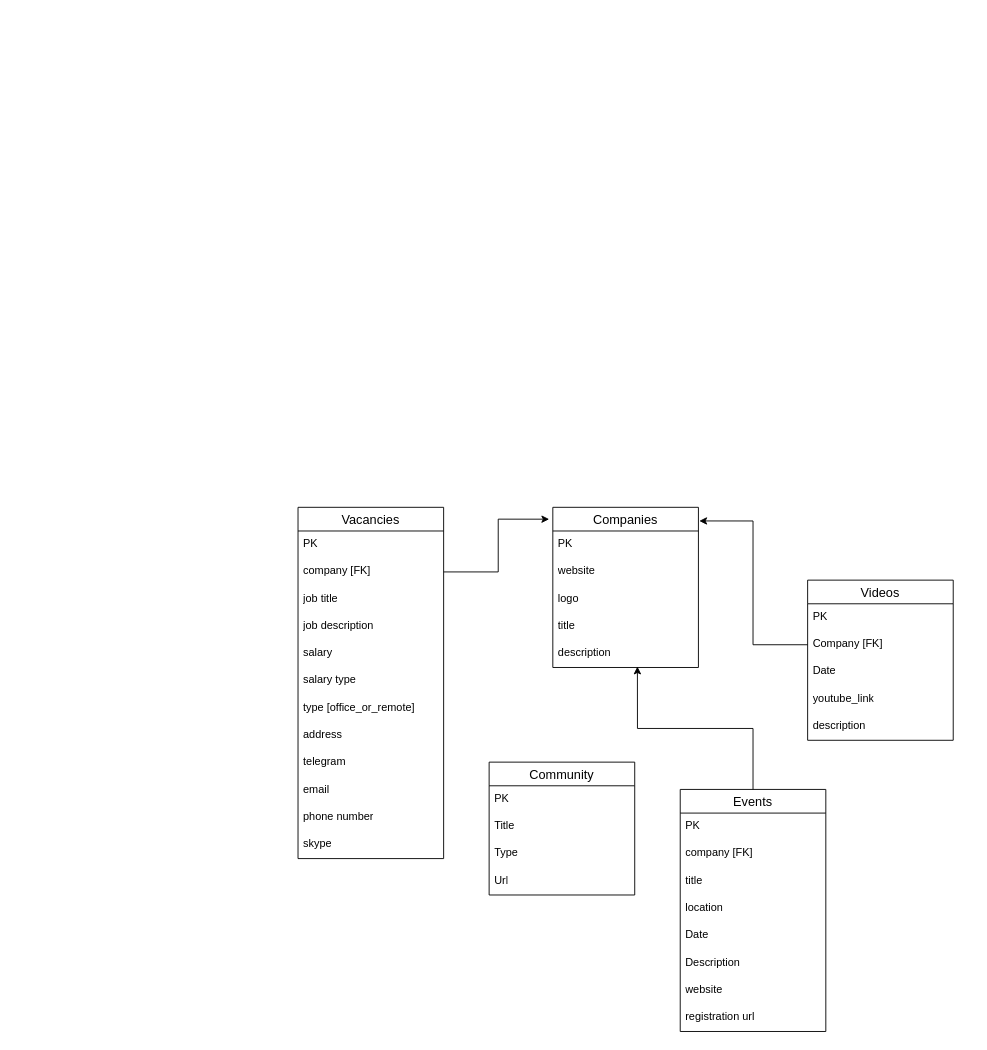
Before: devkg.drawio in MeyiGi/database_schemas, a draw.io diagram. Source tidied: cells renumbered, new cells numbered last; positions are measured from the earlier drawing's top-left corner, leaving out a move shared by most shapes. Both pictures are drawn from the tidied source at 91%, with x=0, y=0 at pixel (298, 507).
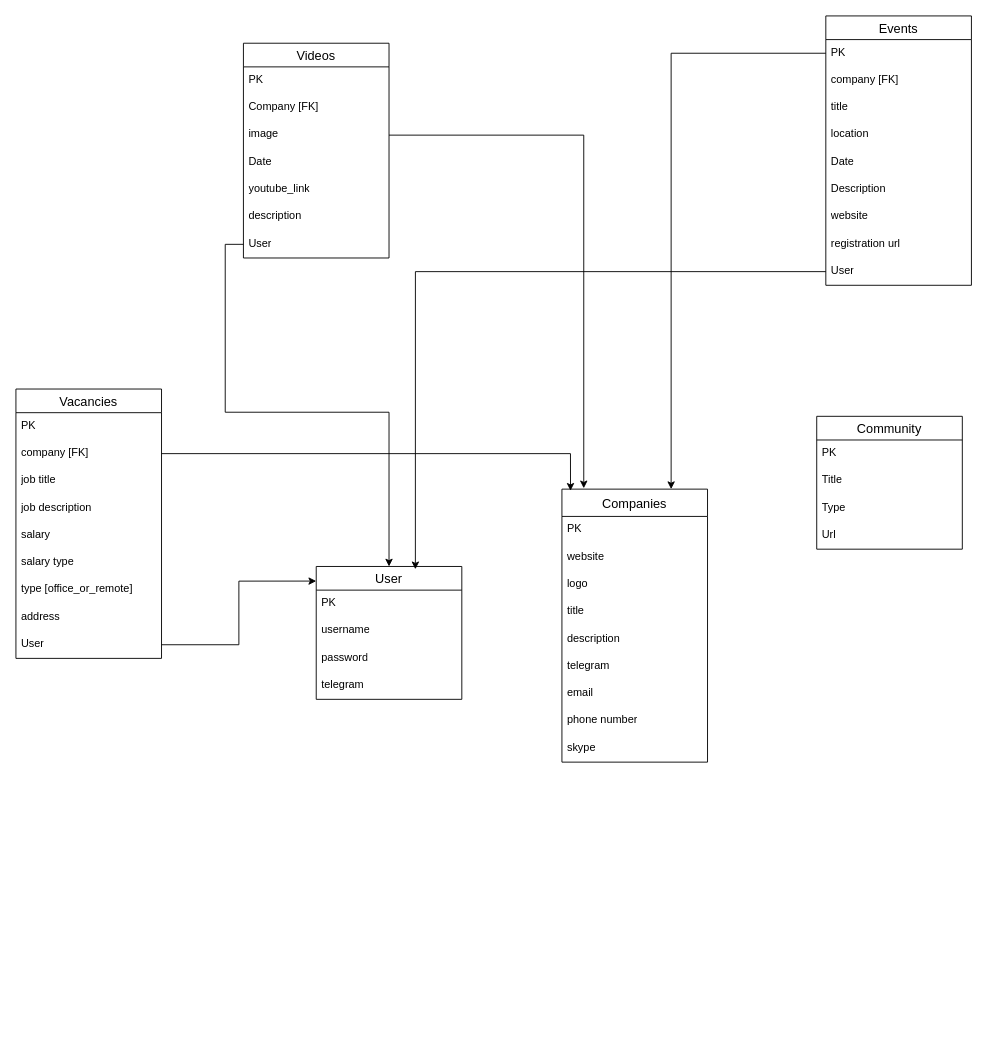
Above is the later version.

The change refers to these unchanged cells:
```xml
<mxCell id="4" value="company [FK]" style="text;strokeColor=none;fillColor=none;spacingLeft=4;spacingRight=4;overflow=hidden;points=[[0,0.5],[1,0.5]];portConstraint=eastwest;fontSize=12;whiteSpace=wrap;html=1;" parent="2" vertex="1">
  <mxGeometry y="56" width="160" height="30" as="geometry" />
</mxCell>
<mxCell id="30" value="PK" style="text;strokeColor=none;fillColor=none;spacingLeft=4;spacingRight=4;overflow=hidden;points=[[0,0.5],[1,0.5]];portConstraint=eastwest;fontSize=12;whiteSpace=wrap;html=1;" parent="29" vertex="1">
  <mxGeometry y="26" width="160" height="30" as="geometry" />
</mxCell>
```

What changed in the source:
```diff
@@
     <mxCell id="2" value="Vacancies" style="swimlane;fontStyle=0;horizontal=1;startSize=26;align=center;fontSize=14;" parent="1" vertex="1">
-      <mxGeometry width="160" height="386" as="geometry" />
+      <mxGeometry x="-310" y="-130" width="160" height="296" as="geometry" />
     </mxCell>
@@
-    <mxCell id="11" value="telegram" style="text;strokeColor=none;fillColor=none;spacingLeft=4;spacingRight=4;overflow=hidden;fontSize=12;whiteSpace=wrap;html=1;" parent="2" vertex="1">
-      <mxGeometry y="266" width="160" height="30" as="geometry" />
-    </mxCell>
-    <mxCell id="12" value="email" style="text;strokeColor=none;fillColor=none;spacingLeft=4;spacingRight=4;overflow=hidden;fontSize=12;whiteSpace=wrap;html=1;" parent="2" vertex="1">
-      <mxGeometry y="296" width="160" height="30" as="geometry" />
-    </mxCell>
-    <mxCell id="13" value="phone number" style="text;strokeColor=none;fillColor=none;spacingLeft=4;spacingRight=4;overflow=hidden;fontSize=12;whiteSpace=wrap;html=1;" parent="2" vertex="1">
-      <mxGeometry y="326" width="160" height="30" as="geometry" />
-    </mxCell>
-    <mxCell id="14" value="skype" style="text;strokeColor=none;fillColor=none;spacingLeft=4;spacingRight=4;overflow=hidden;fontSize=12;whiteSpace=wrap;html=1;" parent="2" vertex="1">
-      <mxGeometry y="356" width="160" height="30" as="geometry" />
-    </mxCell>
+    <mxCell id="44" value="User" style="text;strokeColor=none;fillColor=none;spacingLeft=4;spacingRight=4;overflow=hidden;points=[[0,0.5],[1,0.5]];portConstraint=eastwest;fontSize=12;whiteSpace=wrap;html=1;" parent="2" vertex="1">
+      <mxGeometry y="266" width="160" height="30" as="geometry" />
+    </mxCell>
-    <mxCell id="15" value="Companies" style="swimlane;fontStyle=0;horizontal=1;startSize=26;align=center;fontSize=14;" parent="1" vertex="1">
-      <mxGeometry x="280" width="160" height="176" as="geometry" />
+    <mxCell id="15" value="Companies" style="swimlane;fontStyle=0;horizontal=1;startSize=30;align=center;fontSize=14;" parent="1" vertex="1">
+      <mxGeometry x="290" y="-20" width="160" height="300" as="geometry" />
     </mxCell>
     <mxCell id="16" value="PK" style="text;strokeColor=none;fillColor=none;spacingLeft=4;spacingRight=4;overflow=hidden;fontSize=12;whiteSpace=wrap;html=1;" parent="15" vertex="1">
-      <mxGeometry y="26" width="160" height="30" as="geometry" />
+      <mxGeometry y="30" width="160" height="30" as="geometry" />
     </mxCell>
     <mxCell id="17" value="website" style="text;strokeColor=none;fillColor=none;spacingLeft=4;spacingRight=4;overflow=hidden;fontSize=12;whiteSpace=wrap;html=1;" parent="15" vertex="1">
-      <mxGeometry y="56" width="160" height="30" as="geometry" />
+      <mxGeometry y="60" width="160" height="30" as="geometry" />
     </mxCell>
     <mxCell id="18" value="logo" style="text;strokeColor=none;fillColor=none;spacingLeft=4;spacingRight=4;overflow=hidden;fontSize=12;whiteSpace=wrap;html=1;" parent="15" vertex="1">
-      <mxGeometry y="86" width="160" height="30" as="geometry" />
+      <mxGeometry y="90" width="160" height="30" as="geometry" />
     </mxCell>
     <mxCell id="19" value="title" style="text;strokeColor=none;fillColor=none;spacingLeft=4;spacingRight=4;overflow=hidden;fontSize=12;whiteSpace=wrap;html=1;" parent="15" vertex="1">
-      <mxGeometry y="116" width="160" height="30" as="geometry" />
+      <mxGeometry y="120" width="160" height="30" as="geometry" />
     </mxCell>
     <mxCell id="20" value="description" style="text;strokeColor=none;fillColor=none;spacingLeft=4;spacingRight=4;overflow=hidden;points=[[0,0.5],[1,0.5]];portConstraint=eastwest;fontSize=12;whiteSpace=wrap;html=1;" parent="15" vertex="1">
-      <mxGeometry y="146" width="160" height="30" as="geometry" />
+      <mxGeometry y="150" width="160" height="30" as="geometry" />
     </mxCell>
-    <mxCell id="21" style="edgeStyle=orthogonalEdgeStyle;rounded=0;jettySize=auto;html=1;exitX=1;exitY=0.5;exitDx=0;exitDy=0;entryX=-0.025;entryY=0.074;entryDx=0;entryDy=0;entryPerimeter=0;" parent="1" edge="1" source="4" target="15">
-      <mxGeometry relative="1" as="geometry" />
-    </mxCell>
+    <mxCell id="11" value="telegram" style="text;strokeColor=none;fillColor=none;spacingLeft=4;spacingRight=4;overflow=hidden;fontSize=12;whiteSpace=wrap;html=1;" parent="15" vertex="1">
+      <mxGeometry y="180" width="160" height="30" as="geometry" />
+    </mxCell>
+    <mxCell id="12" value="email" style="text;strokeColor=none;fillColor=none;spacingLeft=4;spacingRight=4;overflow=hidden;fontSize=12;whiteSpace=wrap;html=1;" parent="15" vertex="1">
+      <mxGeometry y="210" width="160" height="30" as="geometry" />
+    </mxCell>
+    <mxCell id="13" value="phone number" style="text;strokeColor=none;fillColor=none;spacingLeft=4;spacingRight=4;overflow=hidden;fontSize=12;whiteSpace=wrap;html=1;" parent="15" vertex="1">
+      <mxGeometry y="240" width="160" height="30" as="geometry" />
+    </mxCell>
+    <mxCell id="14" value="skype" style="text;strokeColor=none;fillColor=none;spacingLeft=4;spacingRight=4;overflow=hidden;fontSize=12;whiteSpace=wrap;html=1;" parent="15" vertex="1">
+      <mxGeometry y="270" width="160" height="30" as="geometry" />
+    </mxCell>
     <mxCell id="22" value="Videos" style="swimlane;fontStyle=0;horizontal=1;startSize=26;align=center;fontSize=14;" parent="1" vertex="1">
-      <mxGeometry x="560" y="80" width="160" height="176" as="geometry" />
+      <mxGeometry x="-60" y="-510" width="160" height="236" as="geometry" />
     </mxCell>
@@
+    <mxCell id="45" value="Company [FK]" style="text;strokeColor=none;fillColor=none;spacingLeft=4;spacingRight=4;overflow=hidden;fontSize=12;whiteSpace=wrap;html=1;" parent="22" vertex="1">
+      <mxGeometry y="56" width="160" height="30" as="geometry" />
+    </mxCell>
-    <mxCell id="24" value="Company [FK]" style="text;strokeColor=none;fillColor=none;spacingLeft=4;spacingRight=4;overflow=hidden;points=[[0,0.5],[1,0.5]];portConstraint=eastwest;fontSize=12;whiteSpace=wrap;html=1;" parent="22" vertex="1">
-      <mxGeometry y="56" width="160" height="30" as="geometry" />
+    <mxCell id="24" value="image" style="text;strokeColor=none;fillColor=none;spacingLeft=4;spacingRight=4;overflow=hidden;points=[[0,0.5],[1,0.5]];portConstraint=eastwest;fontSize=12;whiteSpace=wrap;html=1;" parent="22" vertex="1">
+      <mxGeometry y="86" width="160" height="30" as="geometry" />
     </mxCell>
     <mxCell id="25" value="Date" style="text;strokeColor=none;fillColor=none;spacingLeft=4;spacingRight=4;overflow=hidden;fontSize=12;whiteSpace=wrap;html=1;" parent="22" vertex="1">
-      <mxGeometry y="86" width="160" height="30" as="geometry" />
+      <mxGeometry y="116" width="160" height="30" as="geometry" />
     </mxCell>
     <mxCell id="26" value="youtube_link" style="text;strokeColor=none;fillColor=none;spacingLeft=4;spacingRight=4;overflow=hidden;fontSize=12;whiteSpace=wrap;html=1;" parent="22" vertex="1">
-      <mxGeometry y="116" width="160" height="30" as="geometry" />
+      <mxGeometry y="146" width="160" height="30" as="geometry" />
     </mxCell>
     <mxCell id="27" value="description" style="text;strokeColor=none;fillColor=none;spacingLeft=4;spacingRight=4;overflow=hidden;fontSize=12;whiteSpace=wrap;html=1;" parent="22" vertex="1">
-      <mxGeometry y="146" width="160" height="30" as="geometry" />
+      <mxGeometry y="176" width="160" height="30" as="geometry" />
     </mxCell>
-    <mxCell id="28" style="edgeStyle=orthogonalEdgeStyle;rounded=0;jettySize=auto;html=1;exitX=0;exitY=0.5;exitDx=0;exitDy=0;entryX=1.006;entryY=0.085;entryDx=0;entryDy=0;entryPerimeter=0;" parent="1" edge="1" source="24" target="15">
-      <mxGeometry relative="1" as="geometry" />
-    </mxCell>
+    <mxCell id="46" value="User" style="text;strokeColor=none;fillColor=none;spacingLeft=4;spacingRight=4;overflow=hidden;points=[[0,0.5],[1,0.5]];portConstraint=eastwest;fontSize=12;whiteSpace=wrap;html=1;" parent="22" vertex="1">
+      <mxGeometry y="206" width="160" height="30" as="geometry" />
+    </mxCell>
     <mxCell id="29" value="Events" style="swimlane;fontStyle=0;horizontal=1;startSize=26;align=center;fontSize=14;" parent="1" vertex="1">
-      <mxGeometry x="420" y="310" width="160" height="266" as="geometry" />
+      <mxGeometry x="580" y="-540" width="160" height="296" as="geometry" />
     </mxCell>
@@
-    <mxCell id="38" style="edgeStyle=orthogonalEdgeStyle;rounded=0;jettySize=auto;html=1;entryX=0.581;entryY=0.967;entryDx=0;entryDy=0;entryPerimeter=0;" parent="1" edge="1" source="29" target="20">
-      <mxGeometry relative="1" as="geometry" />
-    </mxCell>
+    <mxCell id="47" value="User" style="text;strokeColor=none;fillColor=none;spacingLeft=4;spacingRight=4;overflow=hidden;points=[[0,0.5],[1,0.5]];portConstraint=eastwest;fontSize=12;whiteSpace=wrap;html=1;" parent="29" vertex="1">
+      <mxGeometry y="266" width="160" height="30" as="geometry" />
+    </mxCell>
     <mxCell id="39" value="Community" style="swimlane;fontStyle=0;horizontal=1;startSize=26;align=center;fontSize=14;" parent="1" vertex="1">
-      <mxGeometry x="210" y="280" width="160" height="146" as="geometry" />
+      <mxGeometry x="570" y="-100" width="160" height="146" as="geometry" />
     </mxCell>
@@
+    <mxCell id="28" style="edgeStyle=orthogonalEdgeStyle;rounded=0;jettySize=auto;html=1;exitX=1;exitY=0.5;exitDx=0;exitDy=0;entryX=0.15;entryY=-0.003;entryDx=0;entryDy=0;entryPerimeter=0;" parent="1" edge="1" source="24" target="15">
+      <mxGeometry relative="1" as="geometry" />
+    </mxCell>
+    <mxCell id="48" style="edgeStyle=orthogonalEdgeStyle;rounded=0;jettySize=auto;html=1;exitX=0;exitY=0.5;exitDx=0;exitDy=0;entryX=0.75;entryY=0;entryDx=0;entryDy=0;" parent="1" edge="1" source="30" target="15">
+      <mxGeometry relative="1" as="geometry" />
+    </mxCell>
+    <mxCell id="49" value="User" style="swimlane;fontStyle=0;horizontal=1;startSize=26;align=center;fontSize=14;" parent="1" vertex="1">
+      <mxGeometry x="20" y="65" width="160" height="146" as="geometry" />
+    </mxCell>
+    <mxCell id="50" value="PK" style="text;strokeColor=none;fillColor=none;spacingLeft=4;spacingRight=4;overflow=hidden;fontSize=12;whiteSpace=wrap;html=1;" parent="49" vertex="1">
+      <mxGeometry y="26" width="160" height="30" as="geometry" />
+    </mxCell>
+    <mxCell id="51" value="username" style="text;strokeColor=none;fillColor=none;spacingLeft=4;spacingRight=4;overflow=hidden;fontSize=12;whiteSpace=wrap;html=1;" parent="49" vertex="1">
+      <mxGeometry y="56" width="160" height="30" as="geometry" />
+    </mxCell>
+    <mxCell id="52" value="password" style="text;strokeColor=none;fillColor=none;spacingLeft=4;spacingRight=4;overflow=hidden;fontSize=12;whiteSpace=wrap;html=1;" parent="49" vertex="1">
+      <mxGeometry y="86" width="160" height="30" as="geometry" />
+    </mxCell>
+    <mxCell id="53" value="&lt;div&gt;telegram&lt;/div&gt;&lt;div&gt;&lt;br&gt;&lt;/div&gt;" style="text;strokeColor=none;fillColor=none;spacingLeft=4;spacingRight=4;overflow=hidden;fontSize=12;whiteSpace=wrap;html=1;" parent="49" vertex="1">
+      <mxGeometry y="116" width="160" height="30" as="geometry" />
+    </mxCell>
+    <mxCell id="54" style="edgeStyle=orthogonalEdgeStyle;rounded=0;jettySize=auto;html=1;exitX=0;exitY=0.5;exitDx=0;exitDy=0;entryX=0.5;entryY=0;entryDx=0;entryDy=0;" parent="1" edge="1" source="46" target="49">
+      <mxGeometry relative="1" as="geometry" />
+    </mxCell>
+    <mxCell id="55" style="edgeStyle=orthogonalEdgeStyle;rounded=0;jettySize=auto;html=1;exitX=1;exitY=0.5;exitDx=0;exitDy=0;entryX=0;entryY=0.11;entryDx=0;entryDy=0;entryPerimeter=0;" parent="1" edge="1" source="44" target="49">
+      <mxGeometry relative="1" as="geometry" />
+    </mxCell>
+    <mxCell id="56" style="edgeStyle=orthogonalEdgeStyle;rounded=0;jettySize=auto;html=1;exitX=0;exitY=0.5;exitDx=0;exitDy=0;entryX=0.681;entryY=0.021;entryDx=0;entryDy=0;entryPerimeter=0;" parent="1" edge="1" source="47" target="49">
+      <mxGeometry relative="1" as="geometry" />
+    </mxCell>
+    <mxCell id="21" style="edgeStyle=orthogonalEdgeStyle;rounded=0;jettySize=auto;html=1;exitX=1;exitY=0.5;exitDx=0;exitDy=0;entryX=0.059;entryY=0.006;entryDx=0;entryDy=0;entryPerimeter=0;" parent="1" edge="1" source="4" target="15">
+      <mxGeometry relative="1" as="geometry" />
+    </mxCell>
```
